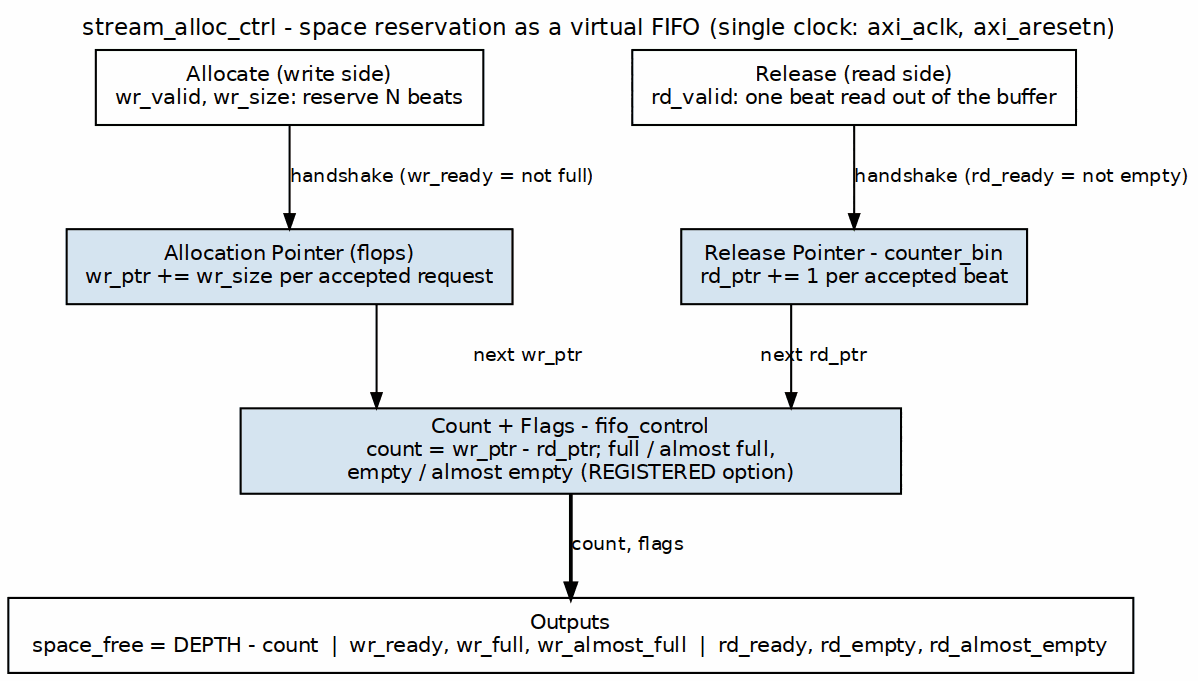
The Graphviz diagram projects/components/dma-ip/stream/docs/stream_mas/assets/graphviz/07_stream_alloc_ctrl.png in sean-galloway/RTLDesignSherpa, before a commit. Its source is kept beside it as projects/components/dma-ip/stream/docs/stream_mas/assets/graphviz/07_stream_alloc_ctrl.dot.
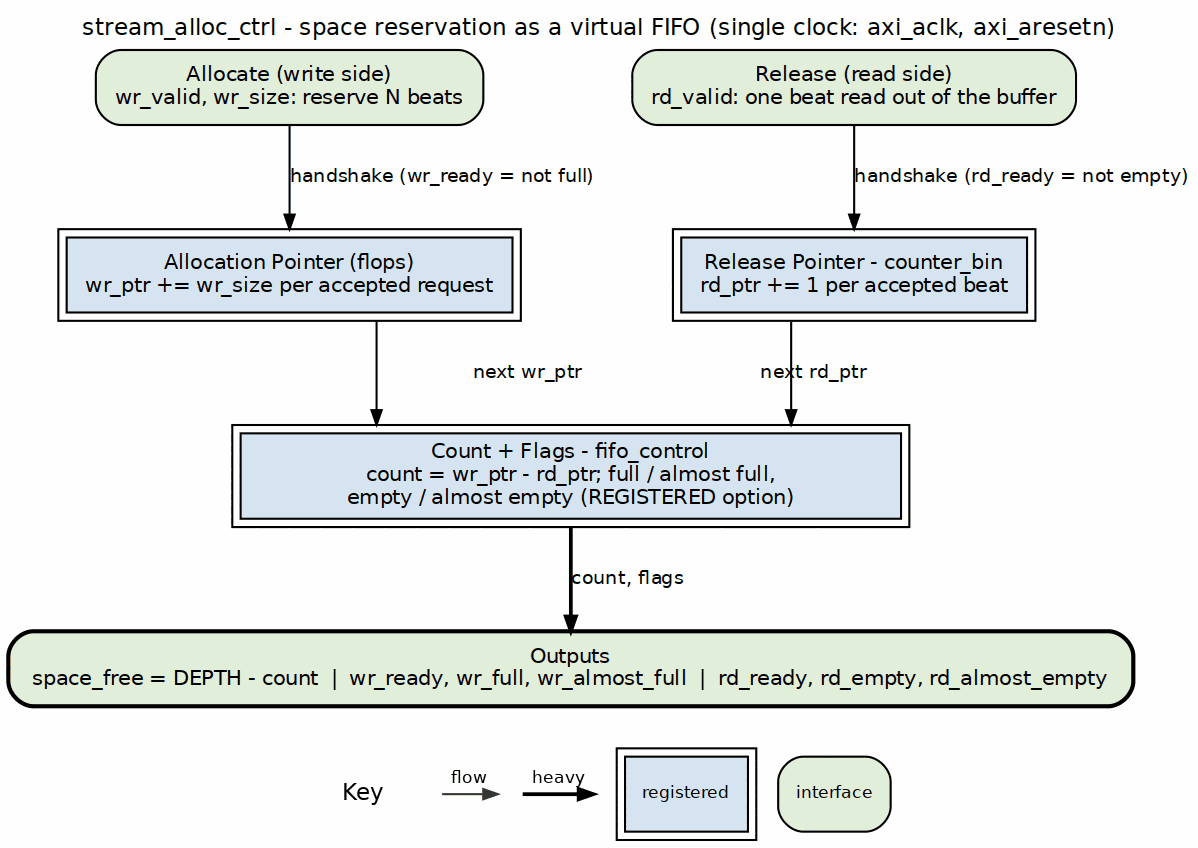
After the commit.

Change to the diagram source:
```diff
@@ -3,15 +3,15 @@
            nodesep="0.50", ranksep="0.55", splines=ortho,
            label="stream_alloc_ctrl - space reservation as a virtual FIFO (single clock: axi_aclk, axi_aresetn)", labelloc=t, labeljust=c];
     node  [fontname="Helvetica", fontsize=10, shape=box, style=filled,
-           fillcolor="#D6E4F0", color="black", margin="0.12,0.06"];
+           fillcolor="white", color="black", margin="0.12,0.06"];
     edge  [fontname="Helvetica", fontsize=9, color="black", arrowsize=0.7];
 
-    wport [label="Allocate (write side)\nwr_valid, wr_size: reserve N beats", fillcolor="white", group=L];
-    rport [label="Release (read side)\nrd_valid: one beat read out of the buffer", fillcolor="white", group=R];
-    wptr  [label="Allocation Pointer (flops)\nwr_ptr += wr_size per accepted request", group=L];
-    rptr  [label="Release Pointer - counter_bin\nrd_ptr += 1 per accepted beat", group=R];
-    ctl   [label="Count + Flags - fifo_control\ncount = wr_ptr - rd_ptr; full / almost full,\nempty / almost empty (REGISTERED option)", width=4.4];
-    bar   [label="Outputs\nspace_free = DEPTH - count  |  wr_ready, wr_full, wr_almost_full  |  rd_ready, rd_empty, rd_almost_empty", fillcolor="white", width=7.5];
+    wport [label="Allocate (write side)\nwr_valid, wr_size: reserve N beats", fillcolor="white", group=L, style="rounded,filled", fillcolor="#E2EFDA"];
+    rport [label="Release (read side)\nrd_valid: one beat read out of the buffer", fillcolor="white", group=R, style="rounded,filled", fillcolor="#E2EFDA"];
+    wptr  [label="Allocation Pointer (flops)\nwr_ptr += wr_size per accepted request", group=L, peripheries=2, style="filled", fillcolor="#D6E4F0"];
+    rptr  [label="Release Pointer - counter_bin\nrd_ptr += 1 per accepted beat", group=R, peripheries=2, style="filled", fillcolor="#D6E4F0"];
+    ctl   [label="Count + Flags - fifo_control\ncount = wr_ptr - rd_ptr; full / almost full,\nempty / almost empty (REGISTERED option)", width=4.4, peripheries=2, style="filled", fillcolor="#D6E4F0"];
+    bar   [label="Outputs\nspace_free = DEPTH - count  |  wr_ready, wr_full, wr_almost_full  |  rd_ready, rd_empty, rd_almost_empty", fillcolor="white", width=7.5, style="rounded,filled,bold", fillcolor="#E2EFDA"];
 
     wport -> wptr [label="handshake (wr_ready = not full)"];
     rport -> rptr [label="handshake (rd_ready = not empty)"];
```
